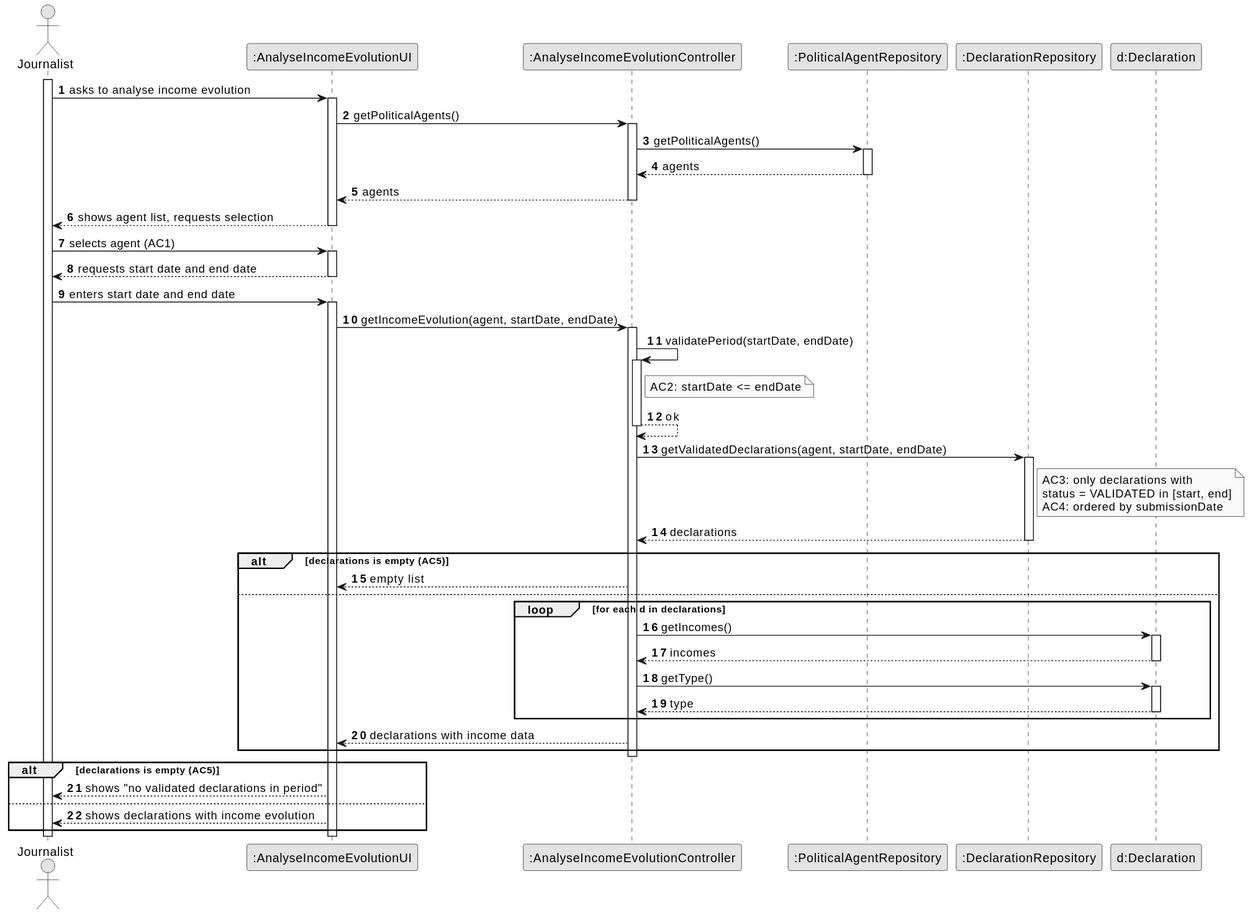
Before: docs/system-documentation/US10/03.design/svg/US10-SD-full.svg, a diagram exported from PlantUML (brunodspinto/crystal-clear-platform). Source of this version:
```plantuml
@startuml
skinparam monochrome true
skinparam packageStyle rectangle
skinparam shadowing false

autonumber

actor "Journalist" as Journalist
participant ":AnalyseIncomeEvolutionUI" as UI
participant ":AnalyseIncomeEvolutionController" as CTRL
participant ":PoliticalAgentRepository" as PAR
participant ":DeclarationRepository" as DR
participant "d:Declaration" as DEC

activate Journalist

    Journalist -> UI : asks to analyse income evolution
    activate UI

        UI -> CTRL : getPoliticalAgents()
        activate CTRL

            CTRL -> PAR : getPoliticalAgents()
            activate PAR
                PAR --> CTRL : agents
            deactivate PAR

            CTRL --> UI : agents
        deactivate CTRL

        UI --> Journalist : shows agent list, requests selection
    deactivate UI

    Journalist -> UI : selects agent (AC1)
    activate UI

        UI --> Journalist : requests start date and end date
    deactivate UI

    Journalist -> UI : enters start date and end date
    activate UI

        UI -> CTRL : getIncomeEvolution(agent, startDate, endDate)
        activate CTRL

            CTRL -> CTRL : validatePeriod(startDate, endDate)
            activate CTRL

                note right of CTRL
                    AC2: startDate <= endDate
                end note

                CTRL --> CTRL : ok
            deactivate CTRL

            CTRL -> DR : getValidatedDeclarations(agent, startDate, endDate)
            activate DR

                note right of DR
                    AC3: only declarations with
                    status = VALIDATED in [start, end]
                    AC4: ordered by submissionDate
                end note

                DR --> CTRL : declarations
            deactivate DR

            alt declarations is empty (AC5)
                CTRL --> UI : empty list
            else
                loop for each d in declarations
                    CTRL -> DEC : getIncomes()
                    activate DEC
                        DEC --> CTRL : incomes
                    deactivate DEC

                    CTRL -> DEC : getType()
                    activate DEC
                        DEC --> CTRL : type
                    deactivate DEC
                end

                CTRL --> UI : declarations with income data
            end

        deactivate CTRL

        alt declarations is empty (AC5)
            UI --> Journalist : shows "no validated declarations in period"
        else
            UI --> Journalist : shows declarations with income evolution
        end

    deactivate UI

deactivate Journalist
@enduml
```
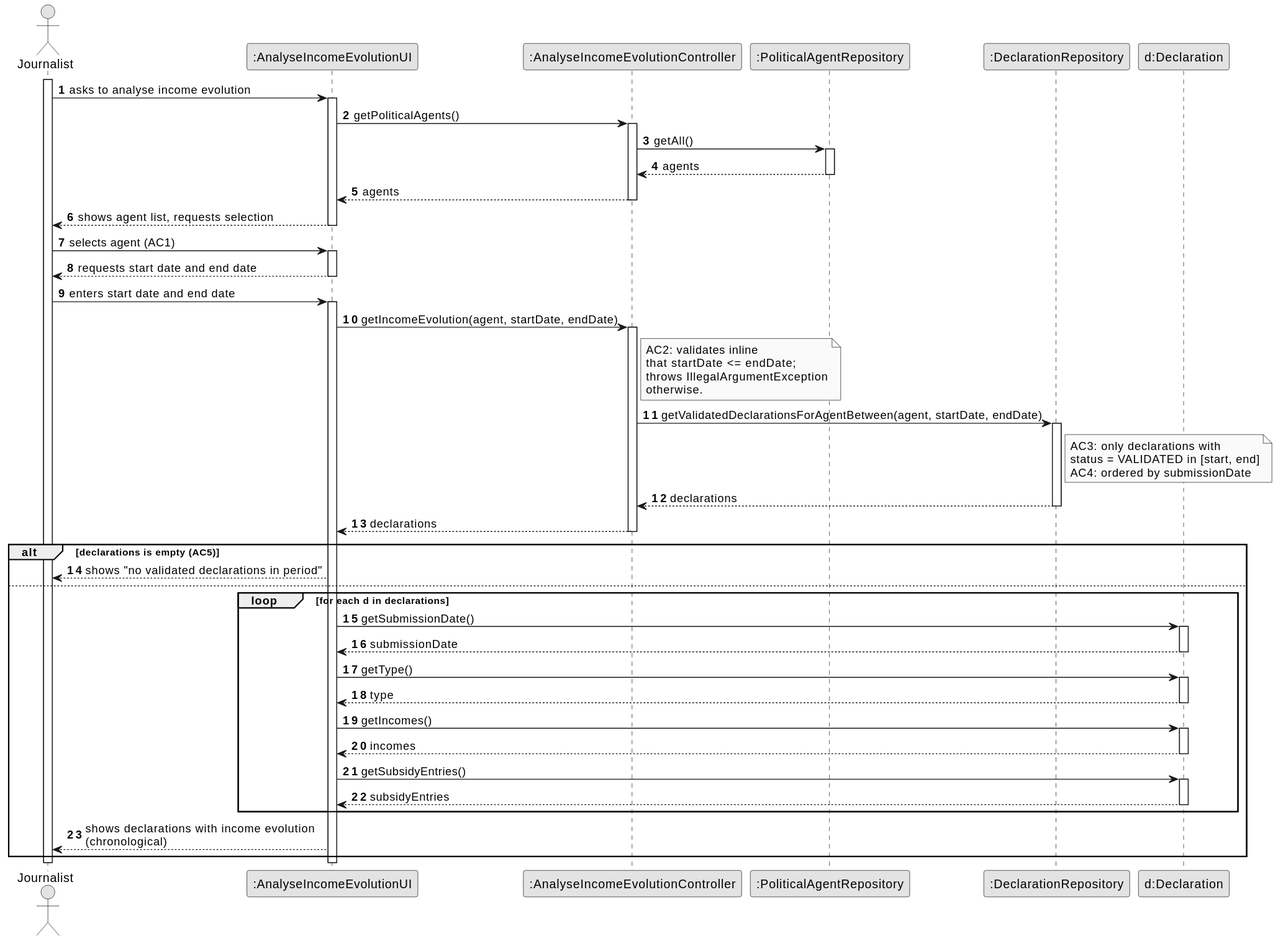
The same file after the commit.

What changed in the source:
```diff
@@ -20,7 +20,7 @@
         UI -> CTRL : getPoliticalAgents()
         activate CTRL
 
-            CTRL -> PAR : getPoliticalAgents()
+            CTRL -> PAR : getAll()
             activate PAR
                 PAR --> CTRL : agents
             deactivate PAR
@@ -43,17 +43,14 @@
         UI -> CTRL : getIncomeEvolution(agent, startDate, endDate)
         activate CTRL
 
-            CTRL -> CTRL : validatePeriod(startDate, endDate)
-            activate CTRL
+            note right of CTRL
+                AC2: validates inline
+                that startDate <= endDate;
+                throws IllegalArgumentException
+                otherwise.
+            end note
 
-                note right of CTRL
-                    AC2: startDate <= endDate
-                end note
-
-                CTRL --> CTRL : ok
-            deactivate CTRL
-
-            CTRL -> DR : getValidatedDeclarations(agent, startDate, endDate)
+            CTRL -> DR : getValidatedDeclarationsForAgentBetween(agent, startDate, endDate)
             activate DR
 
                 note right of DR
@@ -65,30 +62,35 @@
                 DR --> CTRL : declarations
             deactivate DR
 
-            alt declarations is empty (AC5)
-                CTRL --> UI : empty list
-            else
-                loop for each d in declarations
-                    CTRL -> DEC : getIncomes()
-                    activate DEC
-                        DEC --> CTRL : incomes
-                    deactivate DEC
-
-                    CTRL -> DEC : getType()
-                    activate DEC
-                        DEC --> CTRL : type
-                    deactivate DEC
-                end
-
-                CTRL --> UI : declarations with income data
-            end
-
+            CTRL --> UI : declarations
         deactivate CTRL
 
         alt declarations is empty (AC5)
             UI --> Journalist : shows "no validated declarations in period"
         else
-            UI --> Journalist : shows declarations with income evolution
+            loop for each d in declarations
+                UI -> DEC : getSubmissionDate()
+                activate DEC
+                    DEC --> UI : submissionDate
+                deactivate DEC
+
+                UI -> DEC : getType()
+                activate DEC
+                    DEC --> UI : type
+                deactivate DEC
+
+                UI -> DEC : getIncomes()
+                activate DEC
+                    DEC --> UI : incomes
+                deactivate DEC
+
+                UI -> DEC : getSubsidyEntries()
+                activate DEC
+                    DEC --> UI : subsidyEntries
+                deactivate DEC
+            end
+
+            UI --> Journalist : shows declarations with income evolution\n(chronological)
         end
 
     deactivate UI
```
